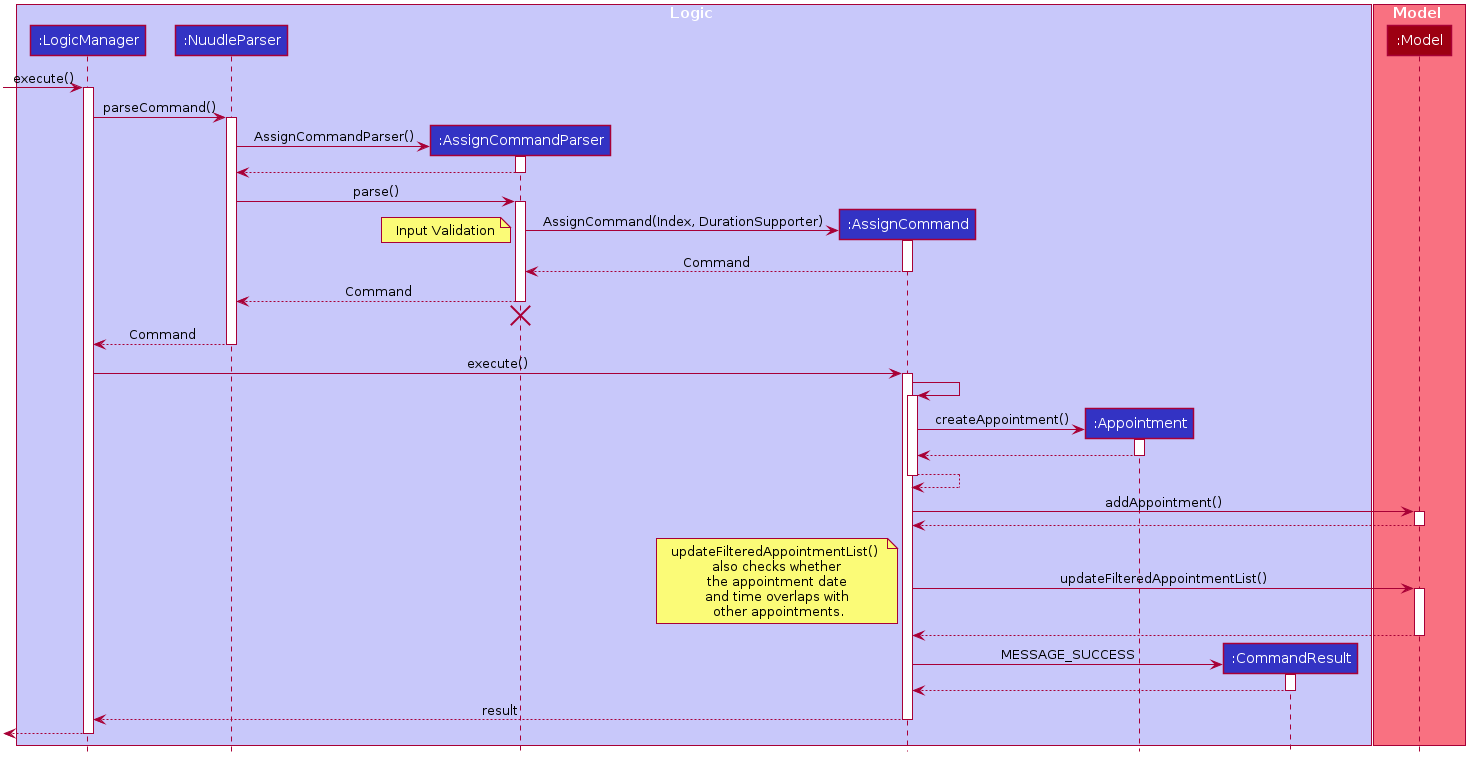
Above: docs/images/AssignSequenceDiagram.png in xz0127/tp (PlantUML), before the change.
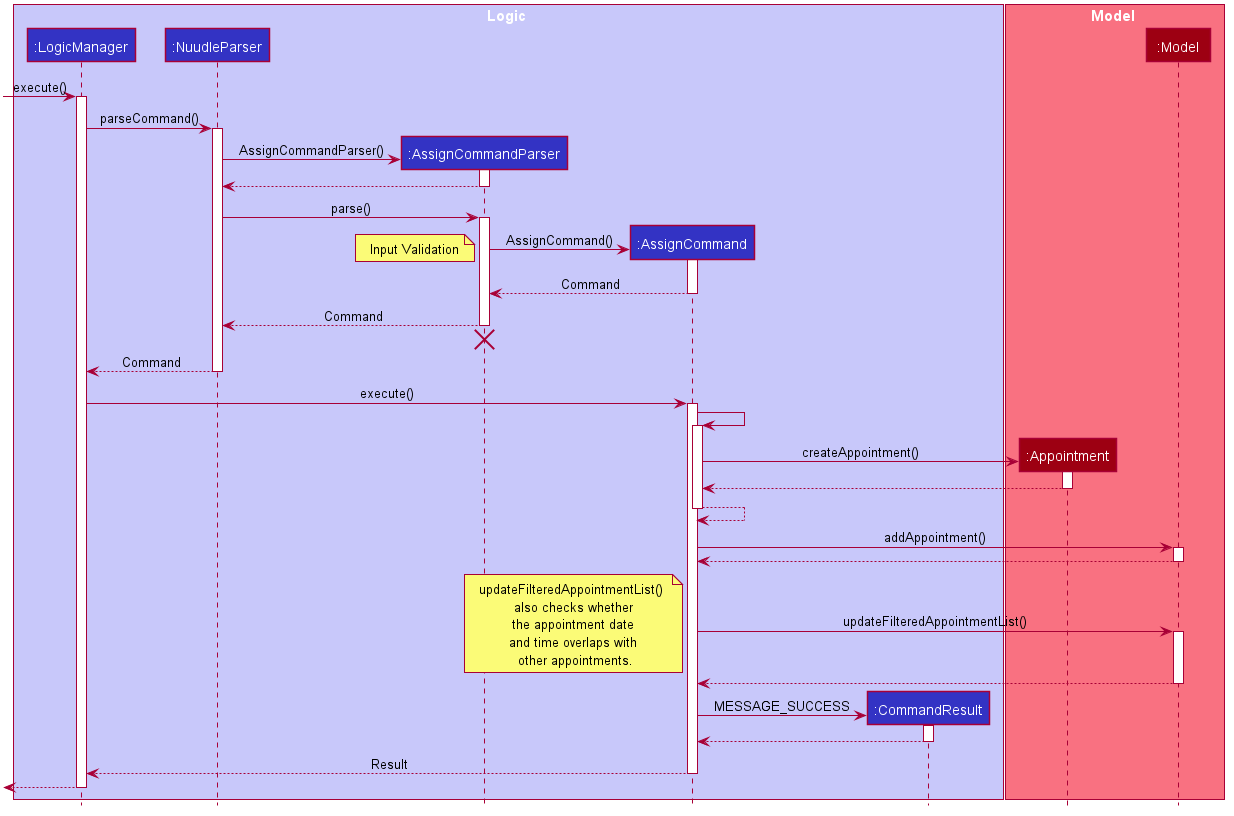
Above is the later version.

Commit message:
update AssignSequenceDiagram and respective png image and implementation explanation

Diff of the diagram source:
```diff
@@ -53,12 +53,12 @@
 participant ":NuudleParser" as NuudleParser #3333C4
 participant ":AssignCommandParser" as AssignCommandParser #3333C4
 participant ":AssignCommand" as AssignCommand #3333C4
-participant ":Appointment" as Appointment #3333C4
 participant ":CommandResult" as CommandResult #3333C4
 
 end box
 
 box Model #F97181
+participant ":Appointment" as Appointment #9D0012
 participant ":Model" as Model #9D0012
 end box
 
@@ -79,7 +79,7 @@
 activate AssignCommandParser
 
 create AssignCommand
-AssignCommandParser -> AssignCommand: AssignCommand(Index, DurationSupporter)
+AssignCommandParser -> AssignCommand: AssignCommand()
 note left: Input Validation
 activate AssignCommand
 
@@ -131,7 +131,7 @@
 CommandResult --> AssignCommand
 deactivate CommandResult
 
-AssignCommand --> LogicManager : result
+AssignCommand --> LogicManager : Result
 deactivate AssignCommand
 
 [<--LogicManager
```
